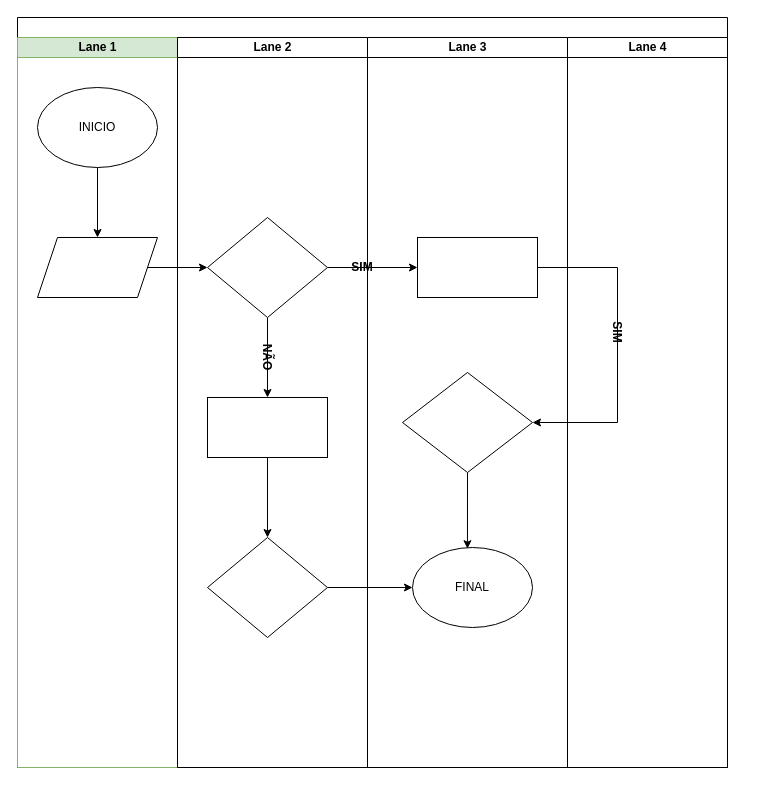
This is Diagrama sem nome.drawio from Jefferson612/senai-versoes-colaboracoes, a draw.io file, before an edit. Source tidied: cells renumbered, new cells numbered last; positions are measured from the earlier drawing's top-left corner, leaving out a move shared by most shapes. Both pictures are drawn from the tidied source at 100%, with x=0, y=0 at pixel (17, 17).
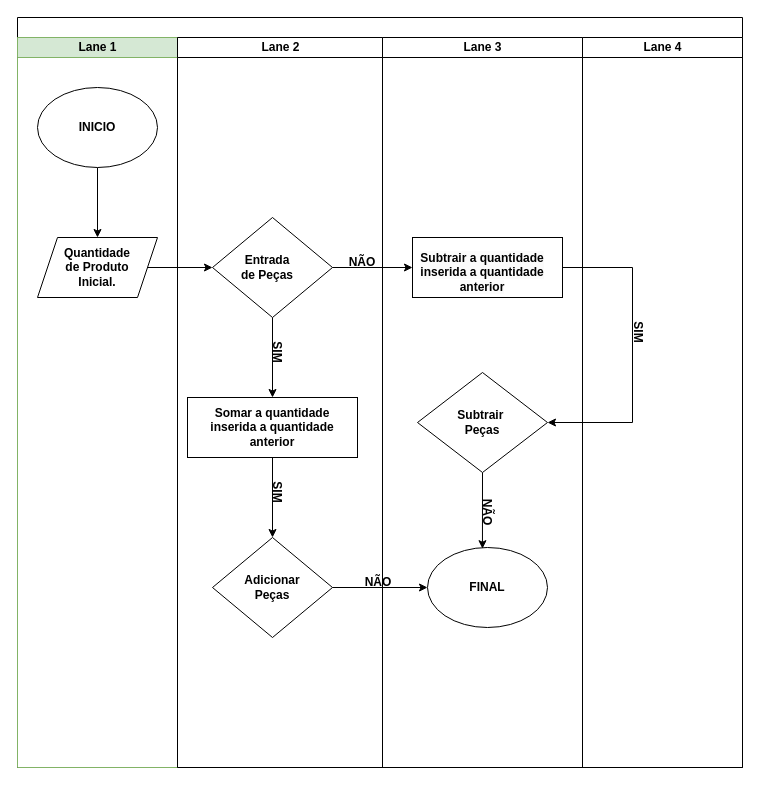
The same page after the edit.

The change refers to these unchanged cells:
```xml
<mxCell id="3" value="Lane 1" style="swimlane;html=1;startSize=20;fillColor=#d5e8d4;strokeColor=#82b366;" parent="2" vertex="1">
  <mxGeometry y="20" width="160" height="730" as="geometry" />
</mxCell>
```

The edit, as a diff of the source:
```diff
@@
     <mxCell id="2" style="swimlane;html=1;startSize=20;rounded=0;shadow=0;labelBackgroundColor=none;strokeWidth=1;fontFamily=Verdana;fontSize=8;align=center;" parent="1" vertex="1">
-      <mxGeometry width="710" height="750" as="geometry" />
+      <mxGeometry width="725" height="750" as="geometry" />
     </mxCell>
@@
-    <mxCell id="7" value="INICIO" style="text;html=1;strokeColor=none;fillColor=none;align=center;verticalAlign=middle;whiteSpace=wrap;rounded=0;fontSize=12;" parent="3" vertex="1">
+    <mxCell id="7" value="&lt;b&gt;INICIO&lt;/b&gt;" style="text;html=1;strokeColor=none;fillColor=none;align=center;verticalAlign=middle;whiteSpace=wrap;rounded=0;fontSize=12;" parent="3" vertex="1">
       <mxGeometry x="50" y="75" width="60" height="30" as="geometry" />
     </mxCell>
+    <mxCell id="28" value="&lt;b&gt;Quantidade de Produto Inicial.&lt;/b&gt;" style="text;html=1;strokeColor=none;fillColor=none;align=center;verticalAlign=middle;whiteSpace=wrap;rounded=0;fontSize=12;" parent="3" vertex="1">
+      <mxGeometry x="40" y="210" width="80" height="40" as="geometry" />
+    </mxCell>
     <mxCell id="8" value="Lane 2" style="swimlane;html=1;startSize=20;" parent="2" vertex="1">
-      <mxGeometry x="160" y="20" width="190" height="730" as="geometry" />
+      <mxGeometry x="160" y="20" width="205" height="730" as="geometry" />
     </mxCell>
@@
     <mxCell id="10" style="rhombus;whiteSpace=wrap;html=1;fontSize=12;" parent="8" vertex="1">
-      <mxGeometry x="30" y="180" width="120" height="100" as="geometry" />
+      <mxGeometry x="35" y="180" width="120" height="100" as="geometry" />
     </mxCell>
@@
     <mxCell id="12" style="rounded=0;whiteSpace=wrap;html=1;fontSize=12;" parent="8" vertex="1">
-      <mxGeometry x="30" y="360" width="120" height="60" as="geometry" />
+      <mxGeometry x="10" y="360" width="170" height="60" as="geometry" />
     </mxCell>
+    <mxCell id="14" style="rhombus;whiteSpace=wrap;html=1;fontSize=12;" parent="8" vertex="1">
+      <mxGeometry x="35" y="500" width="120" height="100" as="geometry" />
+    </mxCell>
+    <mxCell id="29" value="&lt;b&gt;Entrada de Peças&lt;/b&gt;" style="text;html=1;strokeColor=none;fillColor=none;align=center;verticalAlign=middle;whiteSpace=wrap;rounded=0;fontSize=12;" parent="8" vertex="1">
+      <mxGeometry x="60" y="215" width="60" height="30" as="geometry" />
+    </mxCell>
+    <mxCell id="30" value="&lt;b&gt;Adicionar Peças&lt;/b&gt;" style="text;html=1;strokeColor=none;fillColor=none;align=center;verticalAlign=middle;whiteSpace=wrap;rounded=0;fontSize=12;" parent="8" vertex="1">
+      <mxGeometry x="65" y="535" width="60" height="30" as="geometry" />
+    </mxCell>
+    <mxCell id="31" value="&lt;b&gt;Somar a quantidade inserida a quantidade anterior&lt;/b&gt;" style="text;html=1;strokeColor=none;fillColor=none;align=center;verticalAlign=middle;whiteSpace=wrap;rounded=0;fontSize=12;" parent="8" vertex="1">
+      <mxGeometry x="25" y="365" width="140" height="50" as="geometry" />
+    </mxCell>
+    <mxCell id="19" value="&lt;b&gt;SIM&lt;/b&gt;" style="text;html=1;strokeColor=none;fillColor=none;align=center;verticalAlign=middle;whiteSpace=wrap;rounded=0;fontSize=12;rotation=90;" parent="8" vertex="1">
+      <mxGeometry x="75" y="300" width="50" height="30" as="geometry" />
+    </mxCell>
-    <mxCell id="13" value="&lt;b&gt;NÃO&lt;/b&gt;" style="text;html=1;strokeColor=none;fillColor=none;align=center;verticalAlign=middle;whiteSpace=wrap;rounded=0;fontSize=12;rotation=90;" parent="8" vertex="1">
-      <mxGeometry x="70" y="310" width="40" height="20" as="geometry" />
+    <mxCell id="13" value="&lt;b&gt;NÃO&lt;/b&gt;" style="text;html=1;strokeColor=none;fillColor=none;align=center;verticalAlign=middle;whiteSpace=wrap;rounded=0;fontSize=12;rotation=0;" parent="8" vertex="1">
+      <mxGeometry x="165" y="215" width="40" height="20" as="geometry" />
     </mxCell>
-    <mxCell id="14" style="rhombus;whiteSpace=wrap;html=1;fontSize=12;" parent="8" vertex="1">
-      <mxGeometry x="30" y="500" width="120" height="100" as="geometry" />
-    </mxCell>
+    <mxCell id="32" value="&lt;b&gt;SIM&lt;/b&gt;" style="text;html=1;strokeColor=none;fillColor=none;align=center;verticalAlign=middle;whiteSpace=wrap;rounded=0;fontSize=12;rotation=90;" parent="8" vertex="1">
+      <mxGeometry x="70" y="440" width="60" height="30" as="geometry" />
+    </mxCell>
     <mxCell id="15" value="Lane 3" style="swimlane;html=1;startSize=20;" parent="2" vertex="1">
-      <mxGeometry x="350" y="20" width="200" height="730" as="geometry" />
+      <mxGeometry x="365" y="20" width="200" height="730" as="geometry" />
     </mxCell>
     <mxCell id="16" style="rounded=0;whiteSpace=wrap;html=1;fontSize=12;" parent="15" vertex="1">
-      <mxGeometry x="50" y="200" width="120" height="60" as="geometry" />
+      <mxGeometry x="30" y="200" width="150" height="60" as="geometry" />
     </mxCell>
@@
-    <mxCell id="18" value="FINAL" style="text;html=1;strokeColor=none;fillColor=none;align=center;verticalAlign=middle;whiteSpace=wrap;rounded=0;fontSize=12;" parent="15" vertex="1">
+    <mxCell id="18" value="&lt;b&gt;FINAL&lt;/b&gt;" style="text;html=1;strokeColor=none;fillColor=none;align=center;verticalAlign=middle;whiteSpace=wrap;rounded=0;fontSize=12;" parent="15" vertex="1">
       <mxGeometry x="75" y="535" width="60" height="30" as="geometry" />
     </mxCell>
-    <mxCell id="19" value="&lt;b&gt;SIM&lt;/b&gt;" style="text;html=1;strokeColor=none;fillColor=none;align=center;verticalAlign=middle;whiteSpace=wrap;rounded=0;fontSize=12;" parent="15" vertex="1">
-      <mxGeometry x="-30" y="215" width="50" height="30" as="geometry" />
-    </mxCell>
@@
+    <mxCell id="33" value="&lt;b&gt;Subtrair&amp;nbsp; Peças&lt;/b&gt;" style="text;html=1;strokeColor=none;fillColor=none;align=center;verticalAlign=middle;whiteSpace=wrap;rounded=0;fontSize=12;" parent="15" vertex="1">
+      <mxGeometry x="70" y="370" width="60" height="30" as="geometry" />
+    </mxCell>
+    <mxCell id="34" value="&lt;b style=&quot;border-color: var(--border-color); color: rgb(0, 0, 0); font-family: Helvetica; font-size: 12px; font-style: normal; font-variant-ligatures: normal; font-variant-caps: normal; letter-spacing: normal; orphans: 2; text-align: center; text-indent: 0px; text-transform: none; widows: 2; word-spacing: 0px; -webkit-text-stroke-width: 0px; background-color: rgb(251, 251, 251); text-decoration-thickness: initial; text-decoration-style: initial; text-decoration-color: initial;&quot;&gt;Subtrair a quantidade inserida a quantidade anterior&lt;/b&gt;&lt;br&gt;" style="text;html=1;strokeColor=none;fillColor=none;align=center;verticalAlign=middle;whiteSpace=wrap;rounded=0;fontSize=12;" parent="15" vertex="1">
+      <mxGeometry x="30" y="210" width="140" height="50" as="geometry" />
+    </mxCell>
+    <mxCell id="35" value="&lt;b&gt;NÃO&lt;/b&gt;" style="text;html=1;strokeColor=none;fillColor=none;align=center;verticalAlign=middle;whiteSpace=wrap;rounded=0;fontSize=12;" parent="15" vertex="1">
+      <mxGeometry x="-34" y="530" width="60" height="30" as="geometry" />
+    </mxCell>
+    <mxCell id="36" value="&lt;b&gt;NÃO&lt;/b&gt;" style="text;html=1;strokeColor=none;fillColor=none;align=center;verticalAlign=middle;whiteSpace=wrap;rounded=0;fontSize=12;rotation=90;" parent="15" vertex="1">
+      <mxGeometry x="75" y="460" width="60" height="30" as="geometry" />
+    </mxCell>
     <mxCell id="23" value="Lane 4" style="swimlane;html=1;startSize=20;" parent="2" vertex="1">
-      <mxGeometry x="550" y="20" width="160" height="730" as="geometry" />
+      <mxGeometry x="565" y="20" width="160" height="730" as="geometry" />
     </mxCell>
     <mxCell id="24" value="&lt;b&gt;SIM&lt;/b&gt;" style="text;html=1;strokeColor=none;fillColor=none;align=center;verticalAlign=middle;whiteSpace=wrap;rounded=0;fontSize=12;rotation=90;" parent="23" vertex="1">
-      <mxGeometry x="20" y="280" width="60" height="30" as="geometry" />
+      <mxGeometry x="26" y="280" width="60" height="30" as="geometry" />
     </mxCell>
```
